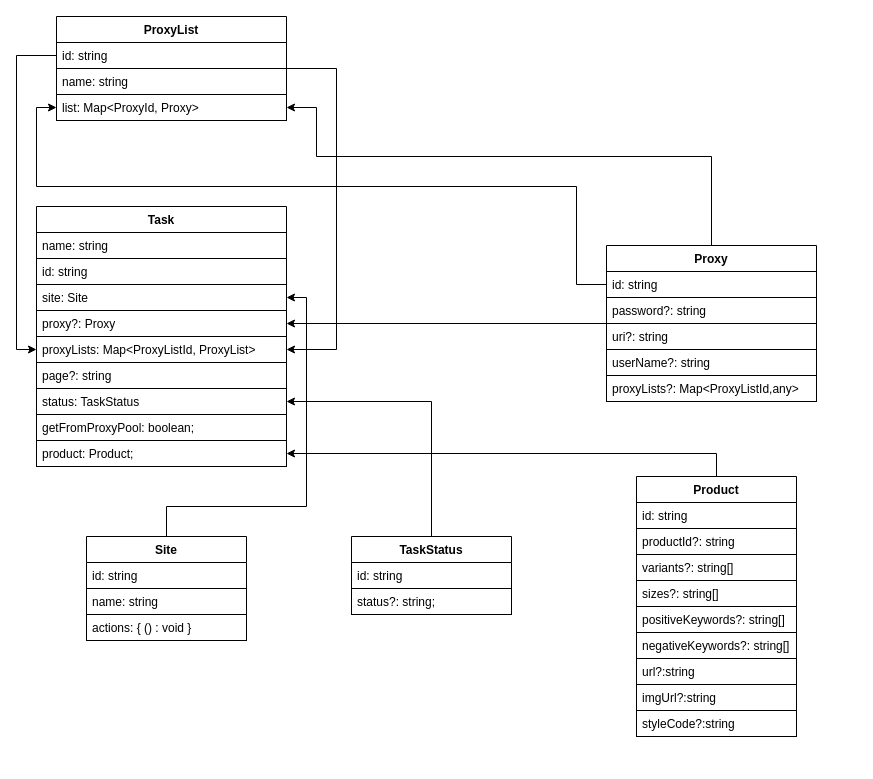
Above: KTM-ERD.drawio in fk1018/KoiTaskManager (draw.io), before the change. Source tidied: cells renumbered, new cells numbered last; positions are measured from the earlier drawing's top-left corner, leaving out a move shared by most shapes. Both pictures are drawn from the tidied source at 100%, with x=0, y=0 at pixel (36, 16).
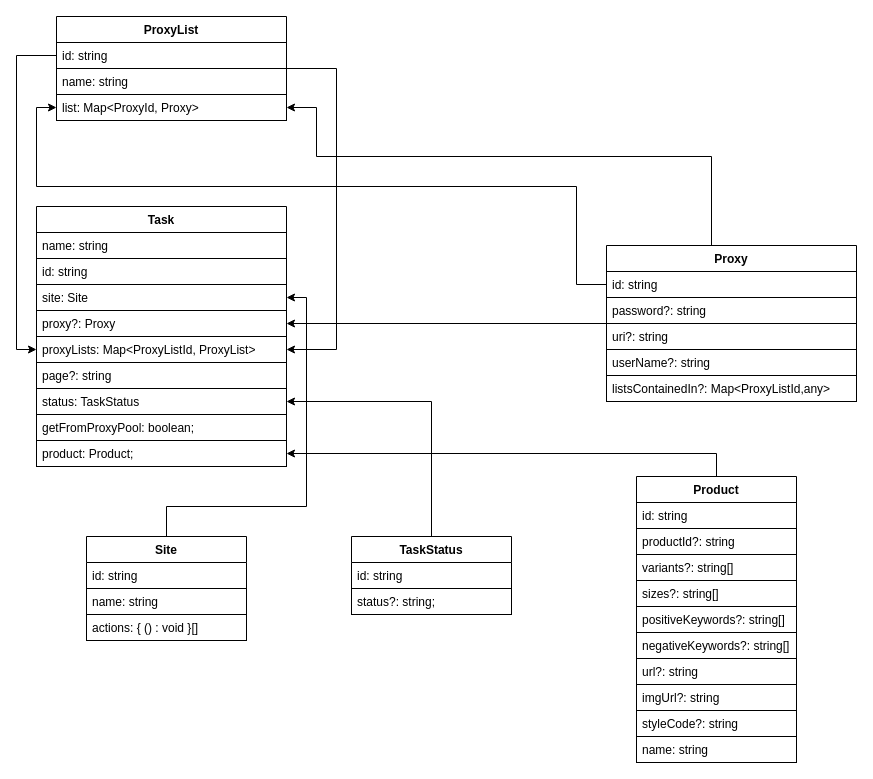
Above is the later version.

Unchanged cells that the change refers to:
```xml
<mxCell id="30" value="Site" style="swimlane;fontStyle=1;align=center;verticalAlign=top;horizontal=1;startSize=26;" parent="1" vertex="1">
  <mxGeometry x="50" y="520" width="160" height="104" as="geometry" />
</mxCell>
```

What changed in the source:
```diff
@@
     <mxCell id="4" value="Proxy&#10;" style="swimlane;fontStyle=1;align=center;verticalAlign=top;horizontal=1;startSize=26;" parent="1" vertex="1">
-      <mxGeometry x="570" y="229" width="210" height="156" as="geometry" />
+      <mxGeometry x="570" y="229" width="250" height="156" as="geometry" />
     </mxCell>
     <mxCell id="5" value="id: string" style="text;strokeColor=#000000;fillColor=none;align=left;verticalAlign=top;spacingLeft=4;spacingRight=4;overflow=hidden;points=[[0,0.5],[1,0.5]];portConstraint=eastwest;perimeterSpacing=0;" parent="4" vertex="1">
-      <mxGeometry y="26" width="210" height="26" as="geometry" />
+      <mxGeometry y="26" width="250" height="26" as="geometry" />
     </mxCell>
     <mxCell id="6" value="password?: string" style="text;strokeColor=#000000;fillColor=none;align=left;verticalAlign=top;spacingLeft=4;spacingRight=4;overflow=hidden;" parent="4" vertex="1">
-      <mxGeometry y="52" width="210" height="26" as="geometry" />
+      <mxGeometry y="52" width="250" height="26" as="geometry" />
     </mxCell>
     <mxCell id="7" value="uri?: string" style="text;strokeColor=#000000;fillColor=none;align=left;verticalAlign=top;spacingLeft=4;spacingRight=4;overflow=hidden;" parent="4" vertex="1">
-      <mxGeometry y="78" width="210" height="26" as="geometry" />
+      <mxGeometry y="78" width="250" height="26" as="geometry" />
     </mxCell>
     <mxCell id="8" value="userName?: string" style="text;strokeColor=#000000;fillColor=none;align=left;verticalAlign=top;spacingLeft=4;spacingRight=4;overflow=hidden;" parent="4" vertex="1">
-      <mxGeometry y="104" width="210" height="26" as="geometry" />
+      <mxGeometry y="104" width="250" height="26" as="geometry" />
     </mxCell>
-    <mxCell id="9" value="proxyLists?: Map&lt;ProxyListId,any&gt;" style="text;strokeColor=#000000;fillColor=none;align=left;verticalAlign=top;spacingLeft=4;spacingRight=4;overflow=hidden;" parent="4" vertex="1">
-      <mxGeometry y="130" width="210" height="26" as="geometry" />
+    <mxCell id="9" value="listsContainedIn?: Map&lt;ProxyListId,any&gt;" style="text;strokeColor=#000000;fillColor=none;align=left;verticalAlign=top;spacingLeft=4;spacingRight=4;overflow=hidden;" parent="4" vertex="1">
+      <mxGeometry y="130" width="250" height="26" as="geometry" />
     </mxCell>
@@
-    <mxCell id="33" value="actions: { () : void }" style="text;strokeColor=#000000;fillColor=none;align=left;verticalAlign=top;spacingLeft=4;spacingRight=4;overflow=hidden;" parent="30" vertex="1">
+    <mxCell id="33" value="actions: { () : void }[]" style="text;strokeColor=#000000;fillColor=none;align=left;verticalAlign=top;spacingLeft=4;spacingRight=4;overflow=hidden;" parent="30" vertex="1">
       <mxGeometry y="78" width="160" height="26" as="geometry" />
     </mxCell>
@@
     <mxCell id="35" value="Product" style="swimlane;fontStyle=1;align=center;verticalAlign=top;horizontal=1;startSize=26;" parent="1" vertex="1">
-      <mxGeometry x="600" y="460" width="160" height="260" as="geometry" />
+      <mxGeometry x="600" y="460" width="160" height="286" as="geometry" />
     </mxCell>
@@
-    <mxCell id="42" value="url?:string" style="text;strokeColor=#000000;fillColor=none;align=left;verticalAlign=top;spacingLeft=4;spacingRight=4;overflow=hidden;perimeterSpacing=0;" parent="35" vertex="1">
+    <mxCell id="42" value="url?: string" style="text;strokeColor=#000000;fillColor=none;align=left;verticalAlign=top;spacingLeft=4;spacingRight=4;overflow=hidden;perimeterSpacing=0;" parent="35" vertex="1">
       <mxGeometry y="182" width="160" height="26" as="geometry" />
     </mxCell>
-    <mxCell id="43" value="imgUrl?:string" style="text;strokeColor=#000000;fillColor=none;align=left;verticalAlign=top;spacingLeft=4;spacingRight=4;overflow=hidden;" parent="35" vertex="1">
+    <mxCell id="43" value="imgUrl?: string" style="text;strokeColor=#000000;fillColor=none;align=left;verticalAlign=top;spacingLeft=4;spacingRight=4;overflow=hidden;" parent="35" vertex="1">
       <mxGeometry y="208" width="160" height="26" as="geometry" />
     </mxCell>
-    <mxCell id="44" value="styleCode?:string" style="text;strokeColor=#000000;fillColor=none;align=left;verticalAlign=top;spacingLeft=4;spacingRight=4;overflow=hidden;" parent="35" vertex="1">
+    <mxCell id="44" value="styleCode?: string" style="text;strokeColor=#000000;fillColor=none;align=left;verticalAlign=top;spacingLeft=4;spacingRight=4;overflow=hidden;" parent="35" vertex="1">
       <mxGeometry y="234" width="160" height="26" as="geometry" />
     </mxCell>
+    <mxCell id="47" value="name: string" style="text;strokeColor=#000000;fillColor=none;align=left;verticalAlign=top;spacingLeft=4;spacingRight=4;overflow=hidden;" parent="35" vertex="1">
+      <mxGeometry y="260" width="160" height="26" as="geometry" />
+    </mxCell>
```
